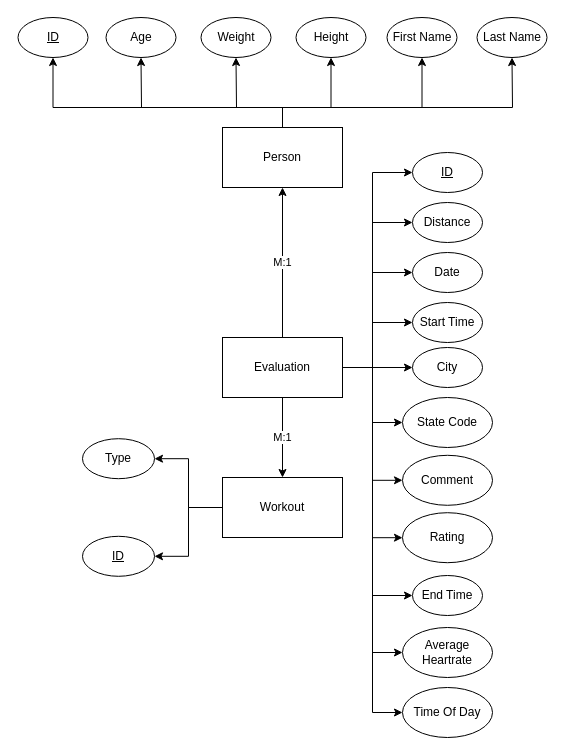
Above: db/models/Conceptual Model.drawio in WSU-kduncan/cs3900-workoutplan (draw.io), before the change. Source tidied: cells renumbered, new cells numbered last; positions are measured from the earlier drawing's top-left corner, leaving out a move shared by most shapes. Both pictures are drawn from the tidied source at 100%, with x=0, y=0 at pixel (18, 17).
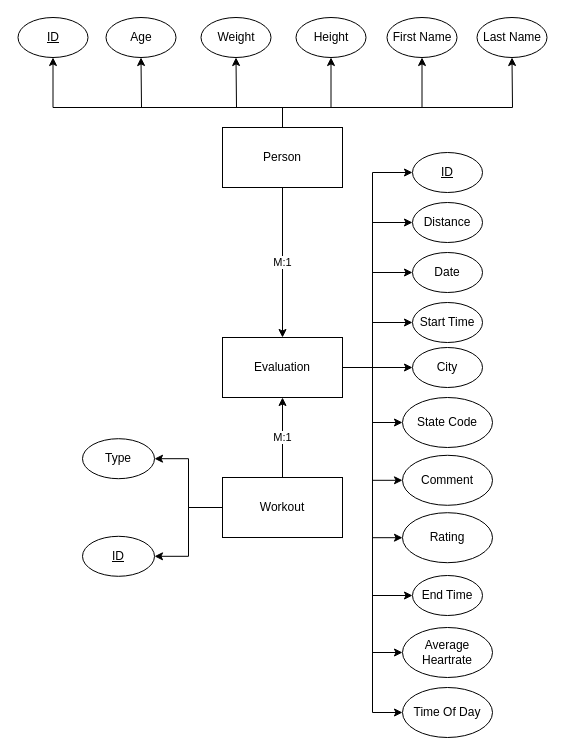
The same page after the edit.

Commit message (it also covers changes not shown here):
Update conceptual model

Unchanged cells that the change refers to:
```xml
<mxCell id="8" value="Person" style="rounded=0;whiteSpace=wrap;html=1;" parent="1" vertex="1">
  <mxGeometry x="204" y="110" width="120" height="60" as="geometry" />
</mxCell>
<mxCell id="25" value="&lt;div&gt;Evaluation&lt;/div&gt;" style="rounded=0;whiteSpace=wrap;html=1;" parent="1" vertex="1">
  <mxGeometry x="204" y="320" width="120" height="60" as="geometry" />
</mxCell>
<mxCell id="34" value="Workout" style="rounded=0;whiteSpace=wrap;html=1;" parent="1" vertex="1">
  <mxGeometry x="204" y="460" width="120" height="60" as="geometry" />
</mxCell>
```

Diff of the diagram source:
```diff
@@
-    <mxCell id="12" value="M:1" style="edgeStyle=orthogonalEdgeStyle;rounded=0;jettySize=auto;html=1;" parent="1" edge="1" source="25" target="34">
+    <mxCell id="12" value="M:1" style="edgeStyle=orthogonalEdgeStyle;rounded=0;jettySize=auto;html=1;exitX=0.5;exitY=0;exitDx=0;exitDy=0;entryX=0.5;entryY=1;entryDx=0;entryDy=0;" parent="1" edge="1" source="34" target="25">
       <mxGeometry relative="1" as="geometry" />
     </mxCell>
@@
-    <mxCell id="14" value="M:1" style="edgeStyle=orthogonalEdgeStyle;rounded=0;jettySize=auto;html=1;" parent="1" edge="1" source="25" target="8">
+    <mxCell id="14" value="M:1" style="edgeStyle=orthogonalEdgeStyle;rounded=0;jettySize=auto;html=1;entryX=0.5;entryY=0;entryDx=0;entryDy=0;exitX=0.5;exitY=1;exitDx=0;exitDy=0;" parent="1" edge="1" source="8" target="25">
       <mxGeometry relative="1" as="geometry" />
     </mxCell>
```
